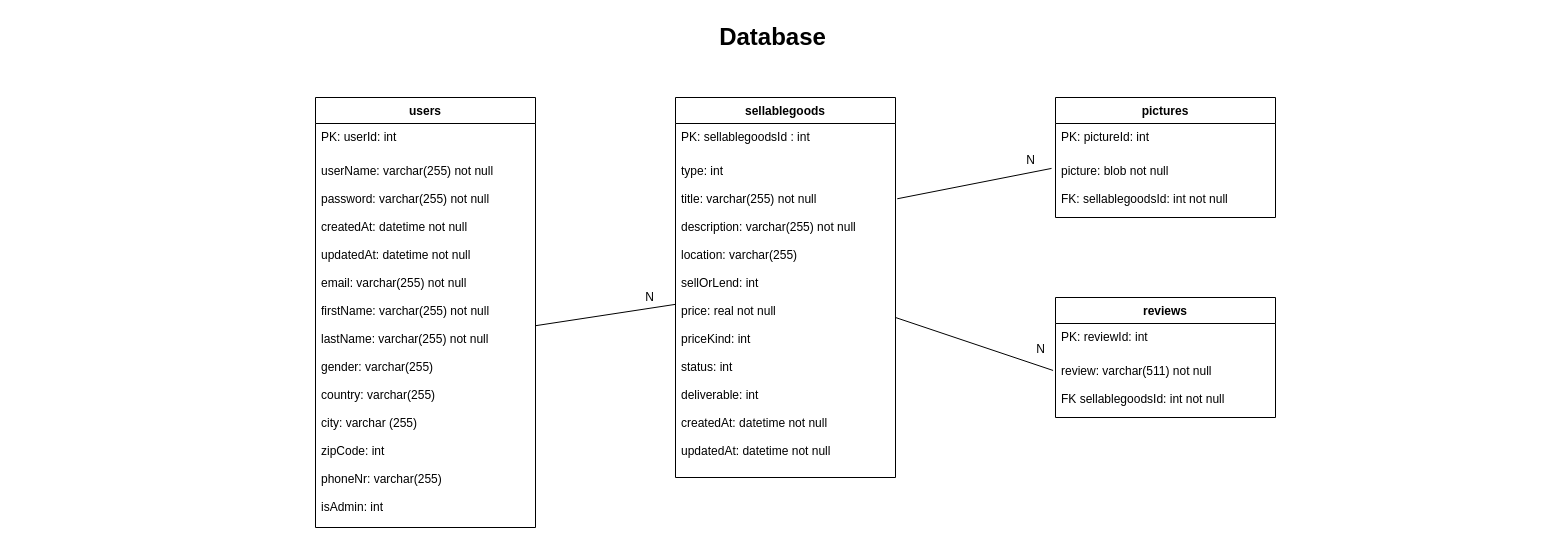
Earlier version of the draw.io diagram documentation/Database.drawio (scg-unibe-ch/ese2020-team5). Source tidied: cells renumbered, new cells numbered last; positions are measured from the earlier drawing's top-left corner, leaving out a move shared by most shapes. Both pictures are drawn from the tidied source at 100%, with x=0, y=0 at pixel (17, 17).
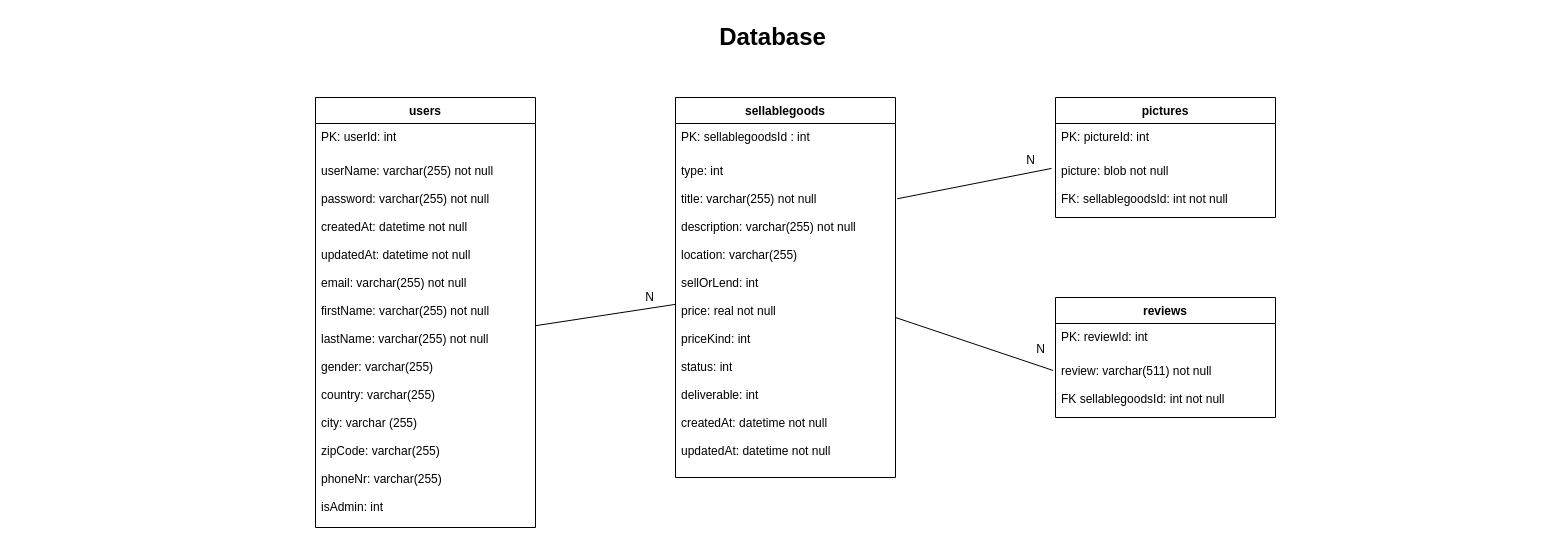
The same page after the edit.

Commit message (it also covers changes not shown here):
Fixed the database diagram because the zipCode is better stored as string than an integer (since zipCodes could start with a 0)

The change refers to these unchanged cells:
```xml
<mxCell id="18" value="users" style="swimlane;fontStyle=1;horizontal=1;startSize=26;fillColor=none;" parent="1" vertex="1">
  <mxGeometry x="298" y="80" width="220" height="430" as="geometry" />
</mxCell>
```

Diff of the diagram source:
```diff
@@
-    <mxCell id="20" value="userName: varchar(255) not null&#10;&#10;password: varchar(255) not null&#10;&#10;createdAt: datetime not null&#10;&#10;updatedAt: datetime not null&#10;&#10;email: varchar(255) not null&#10;&#10;firstName: varchar(255) not null&#10;&#10;lastName: varchar(255) not null&#10;&#10;gender: varchar(255)&#10;&#10;country: varchar(255)&#10;&#10;city: varchar (255)&#10;&#10;zipCode: int&#10;&#10;phoneNr: varchar(255)&#10;&#10;isAdmin: int" style="text;strokeColor=none;fillColor=none;align=left;verticalAlign=top;spacingLeft=4;spacingRight=4;overflow=hidden;points=[[0,0.5],[1,0.5]];portConstraint=eastwest;spacingTop=0;fontSize=12;" parent="18" vertex="1">
+    <mxCell id="20" value="userName: varchar(255) not null&#10;&#10;password: varchar(255) not null&#10;&#10;createdAt: datetime not null&#10;&#10;updatedAt: datetime not null&#10;&#10;email: varchar(255) not null&#10;&#10;firstName: varchar(255) not null&#10;&#10;lastName: varchar(255) not null&#10;&#10;gender: varchar(255)&#10;&#10;country: varchar(255)&#10;&#10;city: varchar (255)&#10;&#10;zipCode: varchar(255)&#10;&#10;phoneNr: varchar(255)&#10;&#10;isAdmin: int" style="text;strokeColor=none;fillColor=none;align=left;verticalAlign=top;spacingLeft=4;spacingRight=4;overflow=hidden;points=[[0,0.5],[1,0.5]];portConstraint=eastwest;spacingTop=0;fontSize=12;" parent="18" vertex="1">
       <mxGeometry y="60" width="220" height="370" as="geometry" />
     </mxCell>
```
